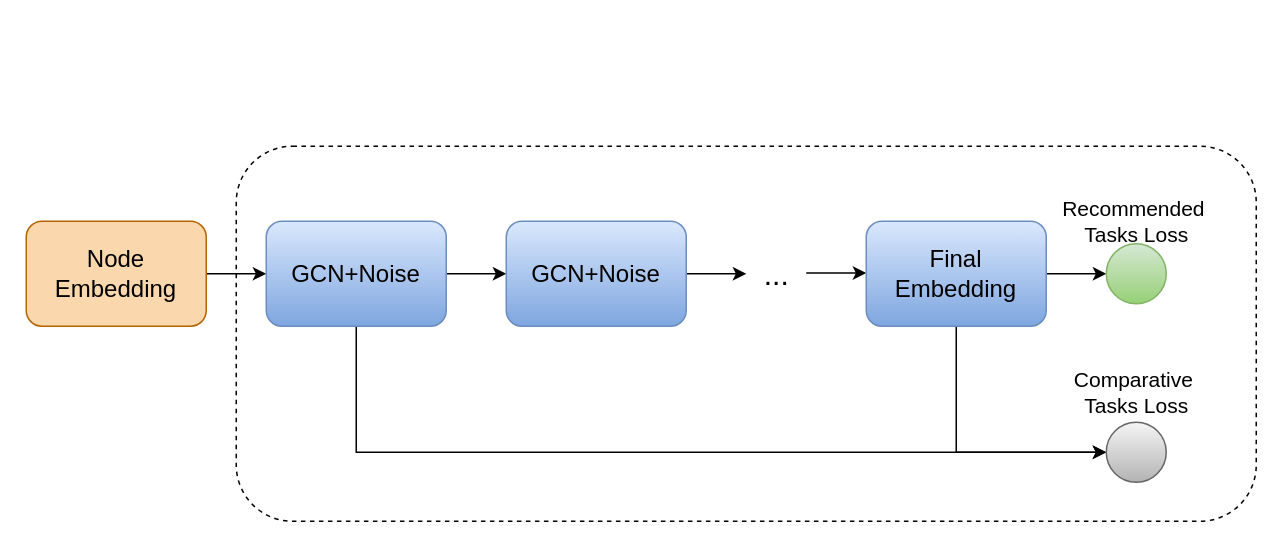
Above: IOFiles/CL_BCGC/CL-BCGC训练架构图.drawio in ChenLilStarie/DrawIoFiles (draw.io), before the change. Source tidied: cells renumbered, new cells numbered last; positions are measured from the earlier drawing's top-left corner, leaving out a move shared by most shapes. Both pictures are drawn from the tidied source at 150%, with x=0, y=0 at pixel (26, 146).
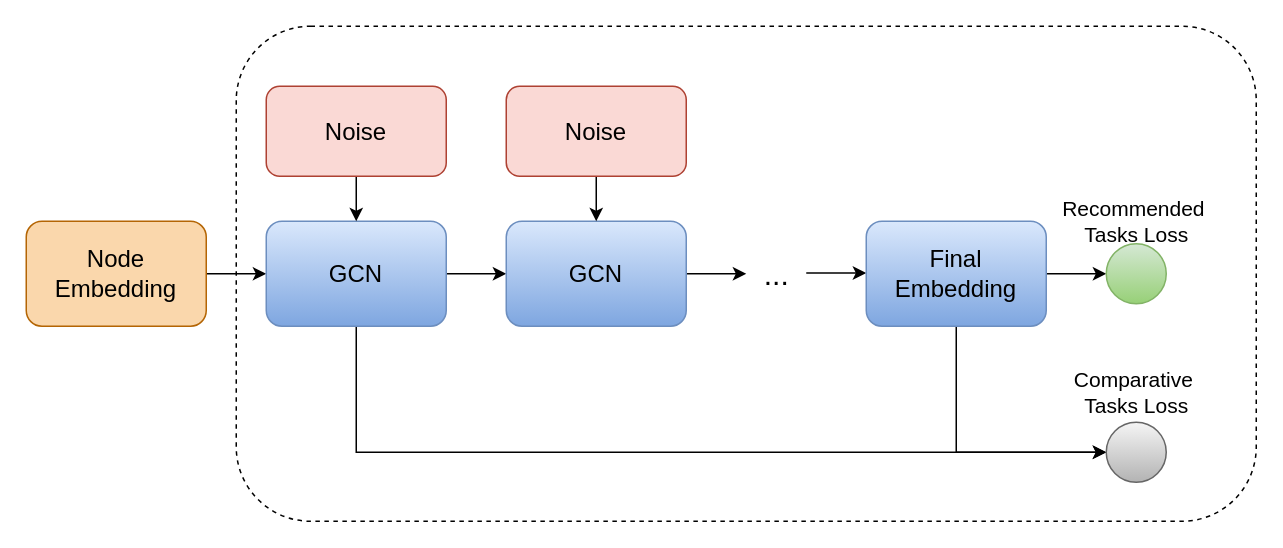
Above is the later version.

What changed in the source:
```diff
@@
     <mxCell id="2" style="rounded=1;whiteSpace=wrap;html=1;dashed=1;" parent="1" vertex="1">
-      <mxGeometry x="140" width="680" height="250" as="geometry" />
+      <mxGeometry x="140" y="-80" width="680" height="330" as="geometry" />
     </mxCell>
@@
-    <mxCell id="7" value="&lt;font style=&quot;font-size: 16px;&quot;&gt;GCN+Noise&lt;/font&gt;" style="rounded=1;whiteSpace=wrap;html=1;fillColor=#dae8fc;gradientColor=#7ea6e0;strokeColor=#6c8ebf;" parent="1" vertex="1">
+    <mxCell id="7" value="&lt;font style=&quot;font-size: 16px;&quot;&gt;GCN&lt;/font&gt;" style="rounded=1;whiteSpace=wrap;html=1;fillColor=#dae8fc;gradientColor=#7ea6e0;strokeColor=#6c8ebf;" parent="1" vertex="1">
       <mxGeometry x="160" y="50" width="120" height="70" as="geometry" />
     </mxCell>
@@
-    <mxCell id="9" value="&lt;font style=&quot;font-size: 16px;&quot;&gt;GCN+Noise&lt;/font&gt;" style="rounded=1;whiteSpace=wrap;html=1;fillColor=#dae8fc;gradientColor=#7ea6e0;strokeColor=#6c8ebf;" parent="1" vertex="1">
+    <mxCell id="9" value="&lt;font style=&quot;font-size: 16px;&quot;&gt;GCN&lt;/font&gt;" style="rounded=1;whiteSpace=wrap;html=1;fillColor=#dae8fc;gradientColor=#7ea6e0;strokeColor=#6c8ebf;" parent="1" vertex="1">
       <mxGeometry x="320" y="50" width="120" height="70" as="geometry" />
     </mxCell>
@@
+    <mxCell id="19" style="edgeStyle=orthogonalEdgeStyle;rounded=0;jettySize=auto;html=1;exitX=0.5;exitY=1;exitDx=0;exitDy=0;entryX=0.5;entryY=0;entryDx=0;entryDy=0;" parent="1" edge="1" source="20" target="7">
+      <mxGeometry relative="1" as="geometry" />
+    </mxCell>
+    <mxCell id="20" value="&lt;font style=&quot;font-size: 16px;&quot;&gt;Noise&lt;/font&gt;" style="rounded=1;whiteSpace=wrap;html=1;fillColor=#fad9d5;strokeColor=#ae4132;" parent="1" vertex="1">
+      <mxGeometry x="160" y="-40" width="120" height="60" as="geometry" />
+    </mxCell>
+    <mxCell id="21" style="edgeStyle=orthogonalEdgeStyle;rounded=0;jettySize=auto;html=1;" parent="1" edge="1" source="22" target="9">
+      <mxGeometry relative="1" as="geometry" />
+    </mxCell>
+    <mxCell id="22" value="&lt;font style=&quot;font-size: 16px;&quot;&gt;Noise&lt;/font&gt;" style="rounded=1;whiteSpace=wrap;html=1;fillColor=#fad9d5;strokeColor=#ae4132;" parent="1" vertex="1">
+      <mxGeometry x="320" y="-40" width="120" height="60" as="geometry" />
+    </mxCell>
```
